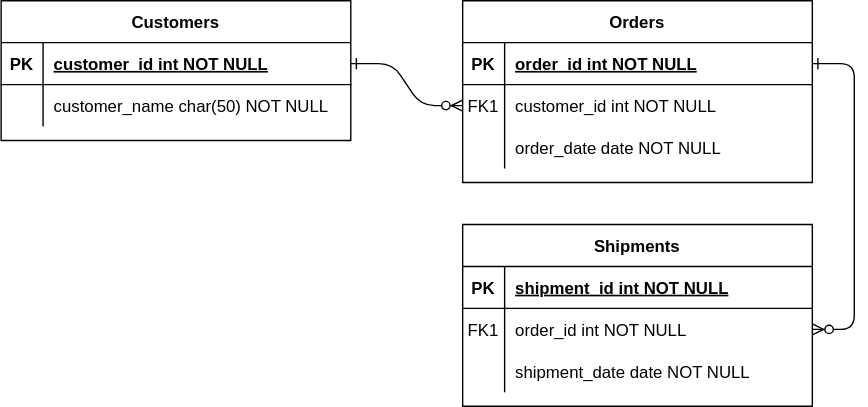
This is Modelo fisico.drawio.svg from FranSantander/-Biblioteca, a draw.io export, as it was before one commit. Source tidied: cells renumbered, new cells last; positions are measured from the earlier drawing's top-left corner, leaving out a move shared by most shapes.
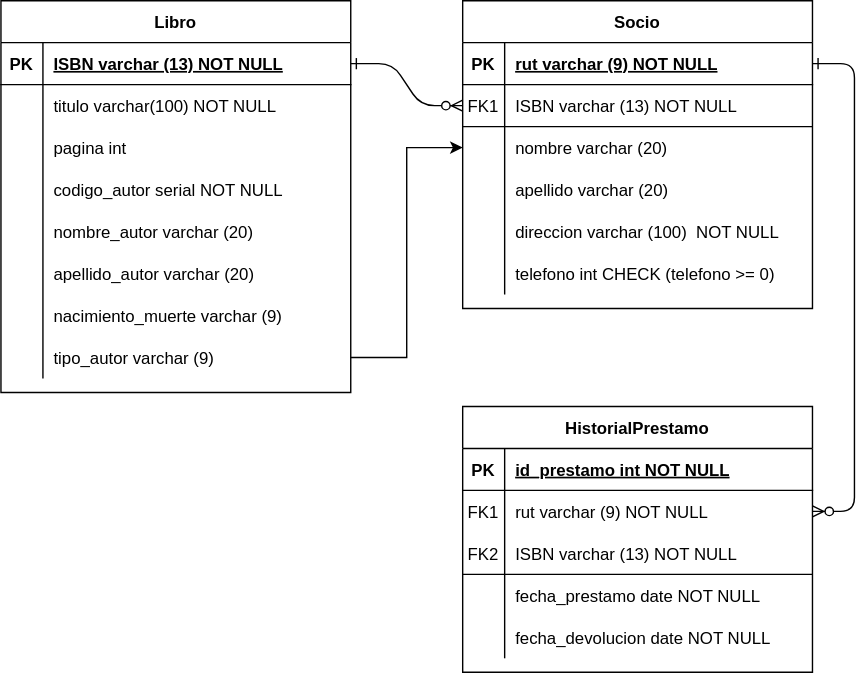
Above is the later version.

Diff of the diagram source:
```diff
@@ -8,8 +8,8 @@
     <mxCell id="3" style="edgeStyle=entityRelationEdgeStyle;endArrow=ERzeroToMany;startArrow=ERone;endFill=1;startFill=0;" parent="1" edge="1" source="5" target="18">
       <mxGeometry relative="1" as="geometry" />
     </mxCell>
-    <mxCell id="4" value="Orders" style="shape=table;startSize=30;rowLines=0;fontStyle=1;align=center;" parent="1" vertex="1">
-      <mxGeometry x="330" width="250" height="130" as="geometry" />
+    <mxCell id="4" value="Socio" style="shape=table;startSize=30;rowLines=0;fontStyle=1;align=center;" parent="1" vertex="1">
+      <mxGeometry x="330" width="250" height="220" as="geometry" />
     </mxCell>
     <mxCell id="5" style="shape=partialRectangle;fillColor=none;points=[[0,0.5],[1,0.5]];portConstraint=eastwest;top=0;left=0;right=0;bottom=1;" parent="4" vertex="1">
       <mxGeometry y="30" width="250" height="30" as="geometry" />
@@ -17,7 +17,7 @@
     <mxCell id="6" value="PK" style="shape=partialRectangle;overflow=hidden;fillColor=none;top=0;left=0;bottom=0;right=0;fontStyle=1;" parent="5" vertex="1">
       <mxGeometry width="30" height="30" as="geometry" />
     </mxCell>
-    <mxCell id="7" value="order_id int NOT NULL " style="shape=partialRectangle;overflow=hidden;fillColor=none;top=0;left=0;bottom=0;right=0;align=left;spacingLeft=6;fontStyle=5;" parent="5" vertex="1">
+    <mxCell id="7" value="rut varchar (9) NOT NULL " style="shape=partialRectangle;overflow=hidden;fillColor=none;top=0;left=0;bottom=0;right=0;align=left;spacingLeft=6;fontStyle=5;" parent="5" vertex="1">
       <mxGeometry x="30" width="220" height="30" as="geometry" />
     </mxCell>
     <mxCell id="8" style="shape=partialRectangle;fillColor=none;points=[[0,0.5],[1,0.5]];portConstraint=eastwest;top=0;left=0;right=0;bottom=0;" parent="4" vertex="1">
@@ -26,7 +26,7 @@
     <mxCell id="9" value="FK1" style="shape=partialRectangle;overflow=hidden;fillColor=none;top=0;left=0;bottom=0;right=0;" parent="8" vertex="1">
       <mxGeometry width="30" height="30" as="geometry" />
     </mxCell>
-    <mxCell id="10" value="customer_id int NOT NULL" style="shape=partialRectangle;overflow=hidden;fillColor=none;top=0;left=0;bottom=0;right=0;align=left;spacingLeft=6;" parent="8" vertex="1">
+    <mxCell id="10" value="ISBN varchar (13) NOT NULL" style="shape=partialRectangle;overflow=hidden;fillColor=none;top=0;left=0;bottom=0;right=0;align=left;spacingLeft=6;" parent="8" vertex="1">
       <mxGeometry x="30" width="220" height="30" as="geometry" />
     </mxCell>
     <mxCell id="11" style="shape=partialRectangle;fillColor=none;points=[[0,0.5],[1,0.5]];portConstraint=eastwest;top=0;left=0;right=0;bottom=0;" parent="4" vertex="1">
@@ -35,11 +35,38 @@
     <mxCell id="12" style="shape=partialRectangle;overflow=hidden;fillColor=none;top=0;left=0;bottom=0;right=0;" parent="11" vertex="1">
       <mxGeometry width="30" height="30" as="geometry" />
     </mxCell>
-    <mxCell id="13" value="order_date date NOT NULL" style="shape=partialRectangle;overflow=hidden;fillColor=none;top=0;left=0;bottom=0;right=0;align=left;spacingLeft=6;" parent="11" vertex="1">
+    <mxCell id="13" value="nombre varchar (20) " style="shape=partialRectangle;overflow=hidden;fillColor=none;top=0;left=0;bottom=0;right=0;align=left;spacingLeft=6;" parent="11" vertex="1">
       <mxGeometry x="30" width="220" height="30" as="geometry" />
     </mxCell>
+    <mxCell id="31" style="shape=partialRectangle;fillColor=none;top=0;left=0;right=0;bottom=0;" parent="4" vertex="1">
+      <mxGeometry y="120" width="250" height="30" as="geometry" />
+    </mxCell>
+    <mxCell id="32" style="shape=partialRectangle;overflow=hidden;fillColor=none;top=0;left=0;bottom=0;right=0;" parent="31" vertex="1">
+      <mxGeometry width="30" height="30" as="geometry" />
+    </mxCell>
+    <mxCell id="33" value="apellido varchar (20) " style="shape=partialRectangle;overflow=hidden;fillColor=none;top=0;left=0;bottom=0;right=0;align=left;spacingLeft=6;" parent="31" vertex="1">
+      <mxGeometry x="30" width="220" height="30" as="geometry" />
+    </mxCell>
+    <mxCell id="34" style="shape=partialRectangle;fillColor=none;top=0;left=0;right=0;bottom=0;" parent="4" vertex="1">
+      <mxGeometry y="150" width="250" height="30" as="geometry" />
+    </mxCell>
+    <mxCell id="35" style="shape=partialRectangle;overflow=hidden;fillColor=none;top=0;left=0;bottom=0;right=0;" parent="34" vertex="1">
+      <mxGeometry width="30" height="30" as="geometry" />
+    </mxCell>
+    <mxCell id="36" value="direccion varchar (100)  NOT NULL" style="shape=partialRectangle;overflow=hidden;fillColor=none;top=0;left=0;bottom=0;right=0;align=left;spacingLeft=6;" parent="34" vertex="1">
+      <mxGeometry x="30" width="220" height="30" as="geometry" />
+    </mxCell>
+    <mxCell id="37" style="shape=partialRectangle;fillColor=none;top=0;left=0;right=0;bottom=0;" parent="4" vertex="1">
+      <mxGeometry y="180" width="250" height="30" as="geometry" />
+    </mxCell>
+    <mxCell id="38" style="shape=partialRectangle;overflow=hidden;fillColor=none;top=0;left=0;bottom=0;right=0;" parent="37" vertex="1">
+      <mxGeometry width="30" height="30" as="geometry" />
+    </mxCell>
+    <mxCell id="39" value="telefono int CHECK (telefono &gt;= 0)" style="shape=partialRectangle;overflow=hidden;fillColor=none;top=0;left=0;bottom=0;right=0;align=left;spacingLeft=6;" parent="37" vertex="1">
+      <mxGeometry x="30" width="220" height="30" as="geometry" />
+    </mxCell>
-    <mxCell id="14" value="Shipments" style="shape=table;startSize=30;rowLines=0;fontStyle=1;align=center;" parent="1" vertex="1">
-      <mxGeometry x="330" y="160" width="250" height="130" as="geometry" />
+    <mxCell id="14" value="HistorialPrestamo" style="shape=table;startSize=30;rowLines=0;fontStyle=1;align=center;" parent="1" vertex="1">
+      <mxGeometry x="330" y="290" width="250" height="190" as="geometry" />
     </mxCell>
     <mxCell id="15" style="shape=partialRectangle;fillColor=none;top=0;left=0;right=0;bottom=1;" parent="14" vertex="1">
       <mxGeometry y="30" width="250" height="30" as="geometry" />
@@ -47,7 +74,7 @@
     <mxCell id="16" value="PK" style="shape=partialRectangle;overflow=hidden;fillColor=none;top=0;left=0;bottom=0;right=0;fontStyle=1;" parent="15" vertex="1">
       <mxGeometry width="30" height="30" as="geometry" />
     </mxCell>
-    <mxCell id="17" value="shipment_id int NOT NULL " style="shape=partialRectangle;overflow=hidden;fillColor=none;top=0;left=0;bottom=0;right=0;align=left;spacingLeft=6;fontStyle=5;" parent="15" vertex="1">
+    <mxCell id="17" value="id_prestamo int NOT NULL " style="shape=partialRectangle;overflow=hidden;fillColor=none;top=0;left=0;bottom=0;right=0;align=left;spacingLeft=6;fontStyle=5;" parent="15" vertex="1">
       <mxGeometry x="30" width="220" height="30" as="geometry" />
     </mxCell>
     <mxCell id="18" style="shape=partialRectangle;fillColor=none;points=[[0,0.5],[1,0.5]];portConstraint=eastwest;top=0;left=0;right=0;bottom=0;" parent="14" vertex="1">
@@ -56,20 +83,38 @@
     <mxCell id="19" value="FK1" style="shape=partialRectangle;overflow=hidden;fillColor=none;top=0;left=0;bottom=0;right=0;" parent="18" vertex="1">
       <mxGeometry width="30" height="30" as="geometry" />
     </mxCell>
-    <mxCell id="20" value="order_id int NOT NULL" style="shape=partialRectangle;overflow=hidden;fillColor=none;top=0;left=0;bottom=0;right=0;align=left;spacingLeft=6;" parent="18" vertex="1">
+    <mxCell id="20" value="rut varchar (9) NOT NULL" style="shape=partialRectangle;overflow=hidden;fillColor=none;top=0;left=0;bottom=0;right=0;align=left;spacingLeft=6;fontStyle=0;" parent="18" vertex="1">
       <mxGeometry x="30" width="220" height="30" as="geometry" />
     </mxCell>
     <mxCell id="21" style="shape=partialRectangle;fillColor=none;top=0;left=0;right=0;bottom=0;" parent="14" vertex="1">
       <mxGeometry y="90" width="250" height="30" as="geometry" />
     </mxCell>
-    <mxCell id="22" style="shape=partialRectangle;overflow=hidden;fillColor=none;top=0;left=0;bottom=0;right=0;" parent="21" vertex="1">
+    <mxCell id="22" value="FK2" style="shape=partialRectangle;overflow=hidden;fillColor=none;top=0;left=0;bottom=0;right=0;" parent="21" vertex="1">
       <mxGeometry width="30" height="30" as="geometry" />
     </mxCell>
-    <mxCell id="23" value="shipment_date date NOT NULL" style="shape=partialRectangle;overflow=hidden;fillColor=none;top=0;left=0;bottom=0;right=0;align=left;spacingLeft=6;" parent="21" vertex="1">
+    <mxCell id="23" value="ISBN varchar (13) NOT NULL" style="shape=partialRectangle;overflow=hidden;fillColor=none;top=0;left=0;bottom=0;right=0;align=left;spacingLeft=6;" parent="21" vertex="1">
       <mxGeometry x="30" width="220" height="30" as="geometry" />
     </mxCell>
+    <mxCell id="40" style="shape=partialRectangle;fillColor=none;top=0;left=0;right=0;bottom=0;" parent="14" vertex="1">
+      <mxGeometry y="120" width="250" height="30" as="geometry" />
+    </mxCell>
+    <mxCell id="41" style="shape=partialRectangle;overflow=hidden;fillColor=none;top=0;left=0;bottom=0;right=0;" parent="40" vertex="1">
+      <mxGeometry width="30" height="30" as="geometry" />
+    </mxCell>
+    <mxCell id="42" value="fecha_prestamo date NOT NULL" style="shape=partialRectangle;overflow=hidden;fillColor=none;top=0;left=0;bottom=0;right=0;align=left;spacingLeft=6;" parent="40" vertex="1">
+      <mxGeometry x="30" width="220" height="30" as="geometry" />
+    </mxCell>
+    <mxCell id="43" style="shape=partialRectangle;fillColor=none;top=0;left=0;right=0;bottom=0;" parent="14" vertex="1">
+      <mxGeometry y="150" width="250" height="30" as="geometry" />
+    </mxCell>
+    <mxCell id="44" style="shape=partialRectangle;overflow=hidden;fillColor=none;top=0;left=0;bottom=0;right=0;" parent="43" vertex="1">
+      <mxGeometry width="30" height="30" as="geometry" />
+    </mxCell>
+    <mxCell id="45" value="fecha_devolucion date NOT NULL" style="shape=partialRectangle;overflow=hidden;fillColor=none;top=0;left=0;bottom=0;right=0;align=left;spacingLeft=6;" parent="43" vertex="1">
+      <mxGeometry x="30" width="220" height="30" as="geometry" />
+    </mxCell>
-    <mxCell id="24" value="Customers" style="shape=table;startSize=30;rowLines=0;fontStyle=1;align=center;" parent="1" vertex="1">
-      <mxGeometry width="250" height="100" as="geometry" />
+    <mxCell id="24" value="Libro" style="shape=table;startSize=30;rowLines=0;fontStyle=1;align=center;" parent="1" vertex="1">
+      <mxGeometry width="250" height="280" as="geometry" />
     </mxCell>
     <mxCell id="25" style="shape=partialRectangle;fillColor=none;points=[[0,0.5],[1,0.5]];portConstraint=eastwest;top=0;left=0;right=0;bottom=1;" parent="24" vertex="1">
       <mxGeometry y="30" width="250" height="30" as="geometry" />
@@ -77,17 +122,86 @@
     <mxCell id="26" value="PK" style="shape=partialRectangle;overflow=hidden;fillColor=none;top=0;left=0;bottom=0;right=0;fontStyle=1;" parent="25" vertex="1">
       <mxGeometry width="30" height="30" as="geometry" />
     </mxCell>
-    <mxCell id="27" value="customer_id int NOT NULL " style="shape=partialRectangle;overflow=hidden;fillColor=none;top=0;left=0;bottom=0;right=0;align=left;spacingLeft=6;fontStyle=5;" parent="25" vertex="1">
+    <mxCell id="27" value="ISBN varchar (13) NOT NULL " style="shape=partialRectangle;overflow=hidden;fillColor=none;top=0;left=0;bottom=0;right=0;align=left;spacingLeft=6;fontStyle=5;" parent="25" vertex="1">
       <mxGeometry x="30" width="220" height="30" as="geometry" />
     </mxCell>
+    <mxCell id="46" style="shape=partialRectangle;fillColor=none;top=0;left=0;right=0;bottom=0;" parent="24" vertex="1">
+      <mxGeometry y="60" width="250" height="30" as="geometry" />
+    </mxCell>
+    <mxCell id="47" style="shape=partialRectangle;overflow=hidden;fillColor=none;top=0;left=0;bottom=0;right=0;" parent="46" vertex="1">
+      <mxGeometry width="30" height="30" as="geometry" />
+    </mxCell>
+    <mxCell id="48" value="titulo varchar(100) NOT NULL" style="shape=partialRectangle;overflow=hidden;fillColor=none;top=0;left=0;bottom=0;right=0;align=left;spacingLeft=6;" parent="46" vertex="1">
+      <mxGeometry x="30" width="220" height="30" as="geometry" />
+    </mxCell>
+    <mxCell id="49" style="shape=partialRectangle;fillColor=none;top=0;left=0;right=0;bottom=0;" parent="24" vertex="1">
+      <mxGeometry y="90" width="250" height="30" as="geometry" />
+    </mxCell>
+    <mxCell id="50" style="shape=partialRectangle;overflow=hidden;fillColor=none;top=0;left=0;bottom=0;right=0;" parent="49" vertex="1">
+      <mxGeometry width="30" height="30" as="geometry" />
+    </mxCell>
+    <mxCell id="51" value="pagina int" style="shape=partialRectangle;overflow=hidden;fillColor=none;top=0;left=0;bottom=0;right=0;align=left;spacingLeft=6;" parent="49" vertex="1">
+      <mxGeometry x="30" width="220" height="30" as="geometry" />
+    </mxCell>
+    <mxCell id="52" style="shape=partialRectangle;fillColor=none;top=0;left=0;right=0;bottom=0;" parent="24" vertex="1">
+      <mxGeometry y="120" width="250" height="30" as="geometry" />
+    </mxCell>
+    <mxCell id="53" style="shape=partialRectangle;overflow=hidden;fillColor=none;top=0;left=0;bottom=0;right=0;" parent="52" vertex="1">
+      <mxGeometry width="30" height="30" as="geometry" />
+    </mxCell>
+    <mxCell id="54" value="codigo_autor serial NOT NULL" style="shape=partialRectangle;overflow=hidden;fillColor=none;top=0;left=0;bottom=0;right=0;align=left;spacingLeft=6;" parent="52" vertex="1">
+      <mxGeometry x="30" width="220" height="30" as="geometry" />
+    </mxCell>
+    <mxCell id="55" style="shape=partialRectangle;fillColor=none;top=0;left=0;right=0;bottom=0;" parent="24" vertex="1">
+      <mxGeometry y="150" width="250" height="30" as="geometry" />
+    </mxCell>
+    <mxCell id="56" style="shape=partialRectangle;overflow=hidden;fillColor=none;top=0;left=0;bottom=0;right=0;" parent="55" vertex="1">
+      <mxGeometry width="30" height="30" as="geometry" />
+    </mxCell>
+    <mxCell id="57" value="nombre_autor varchar (20)" style="shape=partialRectangle;overflow=hidden;fillColor=none;top=0;left=0;bottom=0;right=0;align=left;spacingLeft=6;" parent="55" vertex="1">
+      <mxGeometry x="30" width="220" height="30" as="geometry" />
+    </mxCell>
+    <mxCell id="58" style="shape=partialRectangle;fillColor=none;top=0;left=0;right=0;bottom=0;" parent="24" vertex="1">
+      <mxGeometry y="180" width="250" height="30" as="geometry" />
+    </mxCell>
+    <mxCell id="59" style="shape=partialRectangle;overflow=hidden;fillColor=none;top=0;left=0;bottom=0;right=0;" parent="58" vertex="1">
+      <mxGeometry width="30" height="30" as="geometry" />
+    </mxCell>
+    <mxCell id="60" value="apellido_autor varchar (20)" style="shape=partialRectangle;overflow=hidden;fillColor=none;top=0;left=0;bottom=0;right=0;align=left;spacingLeft=6;" parent="58" vertex="1">
+      <mxGeometry x="30" width="220" height="30" as="geometry" />
+    </mxCell>
+    <mxCell id="61" style="shape=partialRectangle;fillColor=none;top=0;left=0;right=0;bottom=0;" parent="24" vertex="1">
+      <mxGeometry y="210" width="250" height="30" as="geometry" />
+    </mxCell>
+    <mxCell id="62" style="shape=partialRectangle;overflow=hidden;fillColor=none;top=0;left=0;bottom=0;right=0;" parent="61" vertex="1">
+      <mxGeometry width="30" height="30" as="geometry" />
+    </mxCell>
+    <mxCell id="63" value="nacimiento_muerte varchar (9)" style="shape=partialRectangle;overflow=hidden;fillColor=none;top=0;left=0;bottom=0;right=0;align=left;spacingLeft=6;" parent="61" vertex="1">
+      <mxGeometry x="30" width="220" height="30" as="geometry" />
+    </mxCell>
     <mxCell id="28" style="shape=partialRectangle;fillColor=none;points=[[0,0.5],[1,0.5]];portConstraint=eastwest;top=0;left=0;right=0;bottom=0;" parent="24" vertex="1">
-      <mxGeometry y="60" width="250" height="30" as="geometry" />
+      <mxGeometry y="240" width="250" height="30" as="geometry" />
     </mxCell>
     <mxCell id="29" style="shape=partialRectangle;overflow=hidden;fillColor=none;top=0;left=0;bottom=0;right=0;" parent="28" vertex="1">
       <mxGeometry width="30" height="30" as="geometry" />
     </mxCell>
-    <mxCell id="30" value="customer_name char(50) NOT NULL" style="shape=partialRectangle;overflow=hidden;fillColor=none;top=0;left=0;bottom=0;right=0;align=left;spacingLeft=6;" parent="28" vertex="1">
+    <mxCell id="30" value="tipo_autor varchar (9)" style="shape=partialRectangle;overflow=hidden;fillColor=none;top=0;left=0;bottom=0;right=0;align=left;spacingLeft=6;" parent="28" vertex="1">
       <mxGeometry x="30" width="220" height="30" as="geometry" />
     </mxCell>
+    <mxCell id="64" style="edgeStyle=orthogonalEdgeStyle;rounded=0;jettySize=auto;html=1;" parent="1" edge="1" source="28" target="11">
+      <mxGeometry relative="1" as="geometry" />
+    </mxCell>
+    <mxCell id="65" style="endArrow=none;html=1;rounded=0;" parent="1" edge="1">
+      <mxGeometry relative="1" as="geometry">
+        <mxPoint x="330" y="90" as="sourcePoint" />
+        <mxPoint x="580" y="90" as="targetPoint" />
+      </mxGeometry>
+    </mxCell>
+    <mxCell id="66" style="endArrow=none;html=1;rounded=0;" parent="1" edge="1">
+      <mxGeometry relative="1" as="geometry">
+        <mxPoint x="330" y="410" as="sourcePoint" />
+        <mxPoint x="580" y="410" as="targetPoint" />
+      </mxGeometry>
+    </mxCell>
   </root>
 </mxGraphModel>
```
